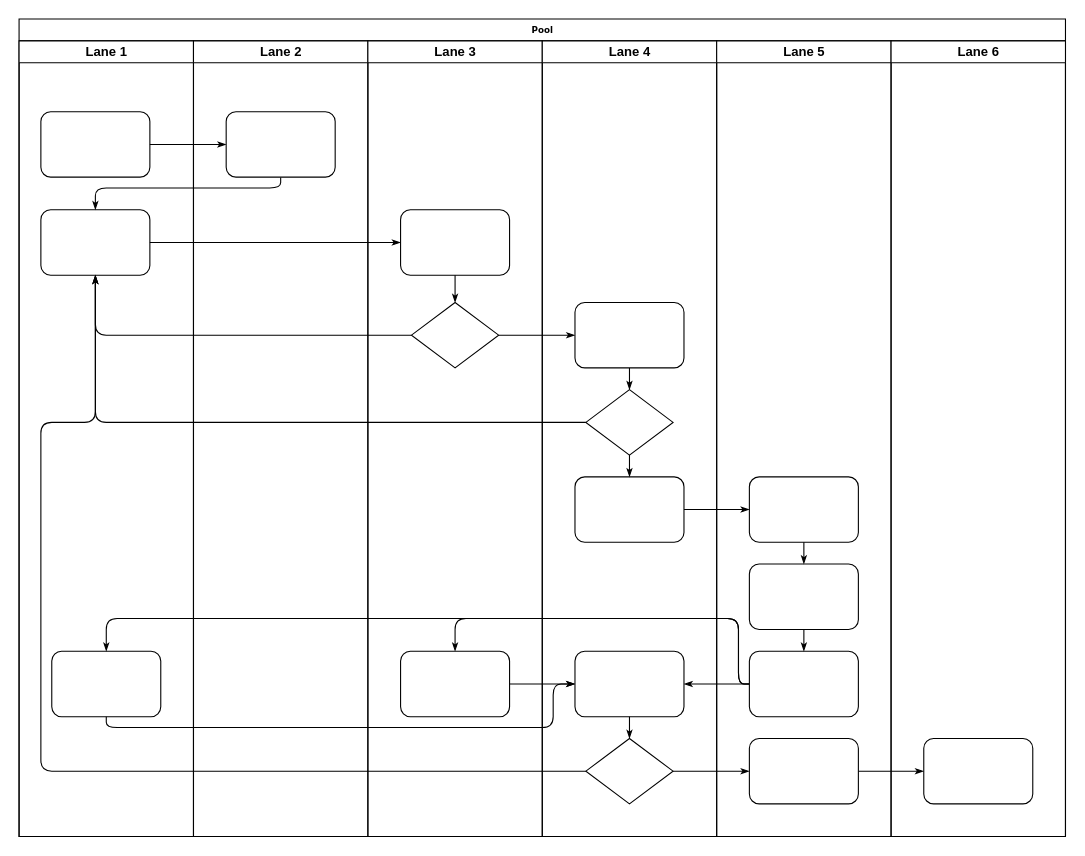
This is 指示提单全业务流程图.drawio from huangdamon/taobao_catch, a draw.io file, before an edit. Source tidied: cells renumbered, new cells numbered last; positions are measured from the earlier drawing's top-left corner, leaving out a move shared by most shapes. Both pictures are drawn from the tidied source at 109%, with x=0, y=0 at pixel (19, 19).
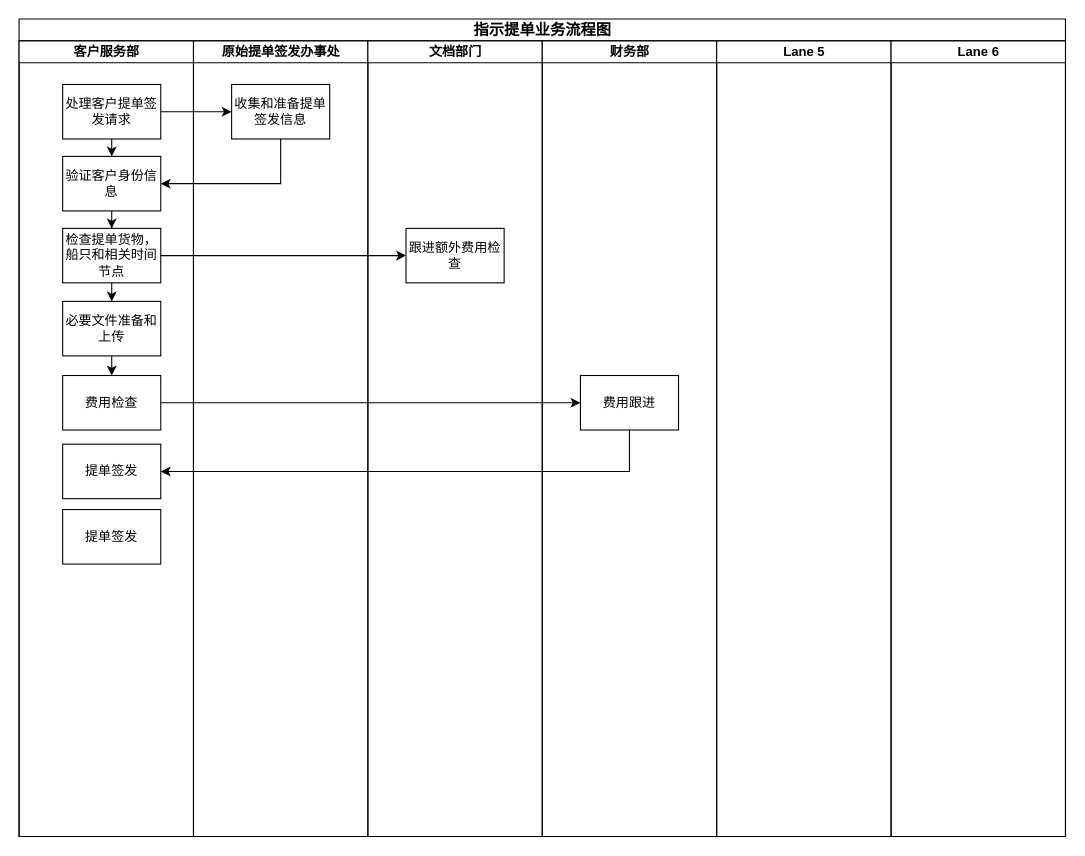
After the change.

Commit message:
Update 指示提单全业务流程图.drawio

The change refers to these unchanged cells:
```xml
<mxCell id="38" value="Lane 5" style="swimlane;html=1;startSize=20;" parent="2" vertex="1">
  <mxGeometry x="640" y="20" width="160" height="730" as="geometry" />
</mxCell>
<mxCell id="45" value="Lane 6" style="swimlane;html=1;startSize=20;" parent="2" vertex="1">
  <mxGeometry x="800" y="20" width="160" height="730" as="geometry" />
</mxCell>
```

Change to the diagram source:
```diff
@@
-    <mxCell id="2" value="Pool" style="swimlane;html=1;startSize=20;rounded=0;shadow=0;labelBackgroundColor=none;strokeWidth=1;fontFamily=Verdana;fontSize=8;align=center;" parent="1" vertex="1">
+    <mxCell id="2" value="&lt;font style=&quot;font-size: 14px;&quot;&gt;指示提单业务流程图&lt;/font&gt;" style="swimlane;html=1;startSize=20;rounded=0;shadow=0;labelBackgroundColor=none;strokeWidth=1;fontFamily=Verdana;fontSize=8;align=center;" parent="1" vertex="1">
       <mxGeometry width="960" height="750" as="geometry" />
     </mxCell>
-    <mxCell id="3" value="Lane 1" style="swimlane;html=1;startSize=20;" parent="2" vertex="1">
+    <mxCell id="3" value="客户服务部" style="swimlane;html=1;startSize=20;" parent="2" vertex="1">
       <mxGeometry y="20" width="160" height="730" as="geometry" />
     </mxCell>
-    <mxCell id="4" style="rounded=1;whiteSpace=wrap;html=1;shadow=0;labelBackgroundColor=none;strokeWidth=1;fontFamily=Verdana;fontSize=8;align=center;" parent="3" vertex="1">
-      <mxGeometry x="20" y="65" width="100" height="60" as="geometry" />
-    </mxCell>
-    <mxCell id="5" style="rounded=1;whiteSpace=wrap;html=1;shadow=0;labelBackgroundColor=none;strokeWidth=1;fontFamily=Verdana;fontSize=8;align=center;" parent="3" vertex="1">
-      <mxGeometry x="20" y="155" width="100" height="60" as="geometry" />
-    </mxCell>
-    <mxCell id="6" style="rounded=1;whiteSpace=wrap;html=1;shadow=0;labelBackgroundColor=none;strokeWidth=1;fontFamily=Verdana;fontSize=8;align=center;" parent="3" vertex="1">
-      <mxGeometry x="30" y="560" width="100" height="60" as="geometry" />
-    </mxCell>
-    <mxCell id="7" style="edgeStyle=orthogonalEdgeStyle;rounded=1;html=1;labelBackgroundColor=none;startArrow=none;startFill=0;startSize=5;endArrow=classicThin;endFill=1;endSize=5;jettySize=auto;strokeWidth=1;fontFamily=Verdana;fontSize=8;" parent="2" edge="1" source="4" target="23">
-      <mxGeometry relative="1" as="geometry" />
-    </mxCell>
-    <mxCell id="8" style="edgeStyle=orthogonalEdgeStyle;rounded=1;html=1;labelBackgroundColor=none;startArrow=none;startFill=0;startSize=5;endArrow=classicThin;endFill=1;endSize=5;jettySize=auto;strokeWidth=1;fontFamily=Verdana;fontSize=8;" parent="2" edge="1" source="23" target="5">
-      <mxGeometry relative="1" as="geometry">
-        <Array as="points">
-          <mxPoint x="240" y="155" />
-          <mxPoint x="70" y="155" />
-        </Array>
-      </mxGeometry>
-    </mxCell>
-    <mxCell id="9" style="edgeStyle=orthogonalEdgeStyle;rounded=1;html=1;labelBackgroundColor=none;startArrow=none;startFill=0;startSize=5;endArrow=classicThin;endFill=1;endSize=5;jettySize=auto;strokeWidth=1;fontFamily=Verdana;fontSize=8;" parent="2" edge="1" source="5" target="25">
-      <mxGeometry relative="1" as="geometry" />
-    </mxCell>
-    <mxCell id="10" style="edgeStyle=orthogonalEdgeStyle;rounded=1;html=1;labelBackgroundColor=none;startArrow=none;startFill=0;startSize=5;endArrow=classicThin;endFill=1;endSize=5;jettySize=auto;strokeWidth=1;fontFamily=Verdana;fontSize=8;" parent="2" edge="1" source="26" target="5">
-      <mxGeometry relative="1" as="geometry" />
-    </mxCell>
-    <mxCell id="11" style="edgeStyle=orthogonalEdgeStyle;rounded=1;html=1;labelBackgroundColor=none;startArrow=none;startFill=0;startSize=5;endArrow=classicThin;endFill=1;endSize=5;jettySize=auto;strokeWidth=1;fontFamily=Verdana;fontSize=8;" parent="2" edge="1" source="31" target="5">
-      <mxGeometry relative="1" as="geometry" />
-    </mxCell>
-    <mxCell id="12" style="edgeStyle=orthogonalEdgeStyle;rounded=1;html=1;labelBackgroundColor=none;startArrow=none;startFill=0;startSize=5;endArrow=classicThin;endFill=1;endSize=5;jettySize=auto;strokeWidth=1;fontFamily=Verdana;fontSize=8;" parent="2" edge="1" source="34" target="5">
-      <mxGeometry relative="1" as="geometry">
-        <Array as="points">
-          <mxPoint x="20" y="690" />
-          <mxPoint x="20" y="370" />
-          <mxPoint x="70" y="370" />
-        </Array>
-      </mxGeometry>
-    </mxCell>
-    <mxCell id="13" style="edgeStyle=orthogonalEdgeStyle;rounded=1;html=1;labelBackgroundColor=none;startArrow=none;startFill=0;startSize=5;endArrow=classicThin;endFill=1;endSize=5;jettySize=auto;strokeWidth=1;fontFamily=Verdana;fontSize=8;" parent="2" edge="1" source="26" target="30">
-      <mxGeometry relative="1" as="geometry" />
-    </mxCell>
-    <mxCell id="14" style="edgeStyle=orthogonalEdgeStyle;rounded=1;html=1;labelBackgroundColor=none;startArrow=none;startFill=0;startSize=5;endArrow=classicThin;endFill=1;endSize=5;jettySize=auto;strokeWidth=1;fontFamily=Verdana;fontSize=8;" parent="2" edge="1" source="34" target="42">
-      <mxGeometry relative="1" as="geometry" />
-    </mxCell>
-    <mxCell id="15" style="edgeStyle=orthogonalEdgeStyle;rounded=1;html=1;labelBackgroundColor=none;startArrow=none;startFill=0;startSize=5;endArrow=classicThin;endFill=1;endSize=5;jettySize=auto;strokeWidth=1;fontFamily=Verdana;fontSize=8;" parent="2" edge="1" source="42" target="46">
-      <mxGeometry relative="1" as="geometry" />
-    </mxCell>
-    <mxCell id="16" style="edgeStyle=orthogonalEdgeStyle;rounded=1;html=1;labelBackgroundColor=none;startArrow=none;startFill=0;startSize=5;endArrow=classicThin;endFill=1;endSize=5;jettySize=auto;strokeWidth=1;fontFamily=Verdana;fontSize=8;" parent="2" edge="1" source="32" target="39">
-      <mxGeometry relative="1" as="geometry" />
-    </mxCell>
-    <mxCell id="17" style="edgeStyle=orthogonalEdgeStyle;rounded=1;html=1;labelBackgroundColor=none;startArrow=none;startFill=0;startSize=5;endArrow=classicThin;endFill=1;endSize=5;jettySize=auto;strokeWidth=1;fontFamily=Verdana;fontSize=8;" parent="2" edge="1" source="41" target="27">
-      <mxGeometry relative="1" as="geometry">
-        <Array as="points">
-          <mxPoint x="660" y="610" />
-          <mxPoint x="660" y="550" />
-          <mxPoint x="400" y="550" />
-        </Array>
-      </mxGeometry>
-    </mxCell>
-    <mxCell id="18" style="edgeStyle=orthogonalEdgeStyle;rounded=1;html=1;labelBackgroundColor=none;startArrow=none;startFill=0;startSize=5;endArrow=classicThin;endFill=1;endSize=5;jettySize=auto;strokeColor=#000000;strokeWidth=1;fontFamily=Verdana;fontSize=8;fontColor=#000000;" parent="2" edge="1" source="41" target="33">
-      <mxGeometry relative="1" as="geometry" />
-    </mxCell>
-    <mxCell id="19" style="edgeStyle=orthogonalEdgeStyle;rounded=1;html=1;labelBackgroundColor=none;startArrow=none;startFill=0;startSize=5;endArrow=classicThin;endFill=1;endSize=5;jettySize=auto;strokeWidth=1;fontFamily=Verdana;fontSize=8;" parent="2" edge="1" source="41" target="6">
-      <mxGeometry relative="1" as="geometry">
-        <Array as="points">
-          <mxPoint x="660" y="610" />
-          <mxPoint x="660" y="550" />
-          <mxPoint x="80" y="550" />
-        </Array>
-      </mxGeometry>
-    </mxCell>
-    <mxCell id="20" style="edgeStyle=orthogonalEdgeStyle;rounded=1;html=1;labelBackgroundColor=none;startArrow=none;startFill=0;startSize=5;endArrow=classicThin;endFill=1;endSize=5;jettySize=auto;strokeWidth=1;fontFamily=Verdana;fontSize=8;" parent="2" edge="1" source="6" target="33">
-      <mxGeometry relative="1" as="geometry">
-        <Array as="points">
-          <mxPoint x="80" y="650" />
-          <mxPoint x="490" y="650" />
-          <mxPoint x="490" y="610" />
-        </Array>
-      </mxGeometry>
-    </mxCell>
-    <mxCell id="21" style="edgeStyle=orthogonalEdgeStyle;rounded=1;html=1;labelBackgroundColor=none;startArrow=none;startFill=0;startSize=5;endArrow=classicThin;endFill=1;endSize=5;jettySize=auto;strokeWidth=1;fontFamily=Verdana;fontSize=8;" parent="2" edge="1" source="27" target="33">
-      <mxGeometry relative="1" as="geometry" />
-    </mxCell>
+    <mxCell id="47" style="edgeStyle=orthogonalEdgeStyle;rounded=0;jettySize=auto;html=1;exitX=0.5;exitY=1;exitDx=0;exitDy=0;entryX=0.5;entryY=0;entryDx=0;entryDy=0;" parent="3" edge="1" source="48" target="50">
+      <mxGeometry relative="1" as="geometry" />
+    </mxCell>
+    <mxCell id="48" value="处理客户提单签发请求" style="rounded=0;whiteSpace=wrap;html=1;" parent="3" vertex="1">
+      <mxGeometry x="40" y="40" width="90" height="50" as="geometry" />
+    </mxCell>
+    <mxCell id="49" style="edgeStyle=orthogonalEdgeStyle;rounded=0;jettySize=auto;html=1;exitX=0.5;exitY=1;exitDx=0;exitDy=0;" parent="3" edge="1" source="50" target="52">
+      <mxGeometry relative="1" as="geometry" />
+    </mxCell>
+    <mxCell id="50" value="验证客户身份信息" style="rounded=0;whiteSpace=wrap;html=1;" parent="3" vertex="1">
+      <mxGeometry x="40" y="106" width="90" height="50" as="geometry" />
+    </mxCell>
+    <mxCell id="51" style="edgeStyle=orthogonalEdgeStyle;rounded=0;jettySize=auto;html=1;exitX=0.5;exitY=1;exitDx=0;exitDy=0;entryX=0.5;entryY=0;entryDx=0;entryDy=0;" parent="3" edge="1" source="52" target="54">
+      <mxGeometry relative="1" as="geometry" />
+    </mxCell>
+    <mxCell id="52" value="检查提单货物，船只和相关时间节点" style="rounded=0;whiteSpace=wrap;html=1;" parent="3" vertex="1">
+      <mxGeometry x="40" y="172" width="90" height="50" as="geometry" />
+    </mxCell>
+    <mxCell id="53" style="edgeStyle=orthogonalEdgeStyle;rounded=0;jettySize=auto;html=1;exitX=0.5;exitY=1;exitDx=0;exitDy=0;entryX=0.5;entryY=0;entryDx=0;entryDy=0;" parent="3" edge="1" source="54" target="55">
+      <mxGeometry relative="1" as="geometry" />
+    </mxCell>
+    <mxCell id="54" value="必要文件准备和上传" style="rounded=0;whiteSpace=wrap;html=1;" parent="3" vertex="1">
+      <mxGeometry x="40" y="239" width="90" height="50" as="geometry" />
+    </mxCell>
+    <mxCell id="55" value="费用检查" style="rounded=0;whiteSpace=wrap;html=1;" parent="3" vertex="1">
+      <mxGeometry x="40" y="307" width="90" height="50" as="geometry" />
+    </mxCell>
+    <mxCell id="56" value="提单签发" style="rounded=0;whiteSpace=wrap;html=1;" parent="3" vertex="1">
+      <mxGeometry x="40" y="370" width="90" height="50" as="geometry" />
+    </mxCell>
+    <mxCell id="57" value="提单签发" style="rounded=0;whiteSpace=wrap;html=1;" parent="3" vertex="1">
+      <mxGeometry x="40" y="430" width="90" height="50" as="geometry" />
+    </mxCell>
-    <mxCell id="22" value="Lane 2" style="swimlane;html=1;startSize=20;" parent="2" vertex="1">
+    <mxCell id="22" value="原始提单签发办事处" style="swimlane;html=1;startSize=20;" parent="2" vertex="1">
       <mxGeometry x="160" y="20" width="160" height="730" as="geometry" />
     </mxCell>
-    <mxCell id="23" style="rounded=1;whiteSpace=wrap;html=1;shadow=0;labelBackgroundColor=none;strokeWidth=1;fontFamily=Verdana;fontSize=8;align=center;" parent="22" vertex="1">
-      <mxGeometry x="30" y="65" width="100" height="60" as="geometry" />
-    </mxCell>
+    <mxCell id="58" value="收集和准备提单签发信息" style="rounded=0;whiteSpace=wrap;html=1;" parent="22" vertex="1">
+      <mxGeometry x="35" y="40" width="90" height="50" as="geometry" />
+    </mxCell>
-    <mxCell id="24" value="Lane 3" style="swimlane;html=1;startSize=20;" parent="2" vertex="1">
+    <mxCell id="24" value="文档部门" style="swimlane;html=1;startSize=20;" parent="2" vertex="1">
       <mxGeometry x="320" y="20" width="160" height="730" as="geometry" />
     </mxCell>
-    <mxCell id="25" style="rounded=1;whiteSpace=wrap;html=1;shadow=0;labelBackgroundColor=none;strokeWidth=1;fontFamily=Verdana;fontSize=8;align=center;" parent="24" vertex="1">
-      <mxGeometry x="30" y="155" width="100" height="60" as="geometry" />
-    </mxCell>
-    <mxCell id="26" style="rhombus;whiteSpace=wrap;html=1;rounded=0;shadow=0;labelBackgroundColor=none;strokeWidth=1;fontFamily=Verdana;fontSize=8;align=center;" parent="24" vertex="1">
-      <mxGeometry x="40" y="240" width="80" height="60" as="geometry" />
-    </mxCell>
-    <mxCell id="27" style="rounded=1;whiteSpace=wrap;html=1;shadow=0;labelBackgroundColor=none;strokeWidth=1;fontFamily=Verdana;fontSize=8;align=center;" parent="24" vertex="1">
-      <mxGeometry x="30" y="560" width="100" height="60" as="geometry" />
-    </mxCell>
-    <mxCell id="28" style="edgeStyle=orthogonalEdgeStyle;rounded=1;html=1;labelBackgroundColor=none;startArrow=none;startFill=0;startSize=5;endArrow=classicThin;endFill=1;endSize=5;jettySize=auto;strokeWidth=1;fontFamily=Verdana;fontSize=8;" parent="24" edge="1" source="25" target="26">
-      <mxGeometry relative="1" as="geometry" />
-    </mxCell>
+    <mxCell id="59" value="跟进额外费用检查" style="rounded=0;whiteSpace=wrap;html=1;" parent="24" vertex="1">
+      <mxGeometry x="35" y="172" width="90" height="50" as="geometry" />
+    </mxCell>
-    <mxCell id="29" value="Lane 4" style="swimlane;html=1;startSize=20;" parent="2" vertex="1">
+    <mxCell id="29" value="财务部" style="swimlane;html=1;startSize=20;" parent="2" vertex="1">
       <mxGeometry x="480" y="20" width="160" height="730" as="geometry" />
     </mxCell>
-    <mxCell id="30" style="rounded=1;whiteSpace=wrap;html=1;shadow=0;labelBackgroundColor=none;strokeWidth=1;fontFamily=Verdana;fontSize=8;align=center;" parent="29" vertex="1">
-      <mxGeometry x="30" y="240" width="100" height="60" as="geometry" />
-    </mxCell>
-    <mxCell id="31" style="rhombus;whiteSpace=wrap;html=1;rounded=0;shadow=0;labelBackgroundColor=none;strokeWidth=1;fontFamily=Verdana;fontSize=8;align=center;" parent="29" vertex="1">
-      <mxGeometry x="40" y="320" width="80" height="60" as="geometry" />
-    </mxCell>
-    <mxCell id="32" style="rounded=1;whiteSpace=wrap;html=1;shadow=0;labelBackgroundColor=none;strokeWidth=1;fontFamily=Verdana;fontSize=8;align=center;" parent="29" vertex="1">
-      <mxGeometry x="30" y="400" width="100" height="60" as="geometry" />
-    </mxCell>
-    <mxCell id="33" style="rounded=1;whiteSpace=wrap;html=1;shadow=0;labelBackgroundColor=none;strokeWidth=1;fontFamily=Verdana;fontSize=8;align=center;" parent="29" vertex="1">
-      <mxGeometry x="30" y="560" width="100" height="60" as="geometry" />
-    </mxCell>
-    <mxCell id="34" style="rhombus;whiteSpace=wrap;html=1;rounded=0;shadow=0;labelBackgroundColor=none;strokeWidth=1;fontFamily=Verdana;fontSize=8;align=center;" parent="29" vertex="1">
-      <mxGeometry x="40" y="640" width="80" height="60" as="geometry" />
-    </mxCell>
-    <mxCell id="35" style="edgeStyle=orthogonalEdgeStyle;rounded=1;html=1;labelBackgroundColor=none;startArrow=none;startFill=0;startSize=5;endArrow=classicThin;endFill=1;endSize=5;jettySize=auto;strokeColor=#000000;strokeWidth=1;fontFamily=Verdana;fontSize=8;fontColor=#000000;" parent="29" edge="1" source="30" target="31">
-      <mxGeometry relative="1" as="geometry" />
-    </mxCell>
-    <mxCell id="36" style="edgeStyle=orthogonalEdgeStyle;rounded=1;html=1;labelBackgroundColor=none;startArrow=none;startFill=0;startSize=5;endArrow=classicThin;endFill=1;endSize=5;jettySize=auto;strokeWidth=1;fontFamily=Verdana;fontSize=8;" parent="29" edge="1" source="31" target="32">
-      <mxGeometry relative="1" as="geometry" />
-    </mxCell>
-    <mxCell id="37" style="edgeStyle=orthogonalEdgeStyle;rounded=1;html=1;labelBackgroundColor=none;startArrow=none;startFill=0;startSize=5;endArrow=classicThin;endFill=1;endSize=5;jettySize=auto;strokeWidth=1;fontFamily=Verdana;fontSize=8;" parent="29" edge="1" source="33" target="34">
-      <mxGeometry relative="1" as="geometry" />
-    </mxCell>
+    <mxCell id="60" value="费用跟进" style="rounded=0;whiteSpace=wrap;html=1;" parent="29" vertex="1">
+      <mxGeometry x="35" y="307" width="90" height="50" as="geometry" />
+    </mxCell>
@@
-    <mxCell id="39" style="rounded=1;whiteSpace=wrap;html=1;shadow=0;labelBackgroundColor=none;strokeWidth=1;fontFamily=Verdana;fontSize=8;align=center;" parent="38" vertex="1">
-      <mxGeometry x="30" y="400" width="100" height="60" as="geometry" />
-    </mxCell>
-    <mxCell id="40" style="rounded=1;whiteSpace=wrap;html=1;shadow=0;labelBackgroundColor=none;strokeWidth=1;fontFamily=Verdana;fontSize=8;align=center;" parent="38" vertex="1">
-      <mxGeometry x="30" y="480" width="100" height="60" as="geometry" />
-    </mxCell>
-    <mxCell id="41" style="rounded=1;whiteSpace=wrap;html=1;shadow=0;labelBackgroundColor=none;strokeWidth=1;fontFamily=Verdana;fontSize=8;align=center;" parent="38" vertex="1">
-      <mxGeometry x="30" y="560" width="100" height="60" as="geometry" />
-    </mxCell>
-    <mxCell id="42" style="rounded=1;whiteSpace=wrap;html=1;shadow=0;labelBackgroundColor=none;strokeWidth=1;fontFamily=Verdana;fontSize=8;align=center;" parent="38" vertex="1">
-      <mxGeometry x="30" y="640" width="100" height="60" as="geometry" />
-    </mxCell>
-    <mxCell id="43" style="edgeStyle=orthogonalEdgeStyle;rounded=1;html=1;labelBackgroundColor=none;startArrow=none;startFill=0;startSize=5;endArrow=classicThin;endFill=1;endSize=5;jettySize=auto;strokeWidth=1;fontFamily=Verdana;fontSize=8;" parent="38" edge="1" source="39" target="40">
-      <mxGeometry relative="1" as="geometry" />
-    </mxCell>
-    <mxCell id="44" style="edgeStyle=orthogonalEdgeStyle;rounded=1;html=1;labelBackgroundColor=none;startArrow=none;startFill=0;startSize=5;endArrow=classicThin;endFill=1;endSize=5;jettySize=auto;strokeWidth=1;fontFamily=Verdana;fontSize=8;" parent="38" edge="1" source="40" target="41">
-      <mxGeometry relative="1" as="geometry" />
-    </mxCell>
@@
-    <mxCell id="46" style="rounded=1;whiteSpace=wrap;html=1;shadow=0;labelBackgroundColor=none;strokeWidth=1;fontFamily=Verdana;fontSize=8;align=center;" parent="45" vertex="1">
-      <mxGeometry x="30" y="640" width="100" height="60" as="geometry" />
-    </mxCell>
+    <mxCell id="61" style="edgeStyle=orthogonalEdgeStyle;rounded=0;jettySize=auto;html=1;exitX=1;exitY=0.5;exitDx=0;exitDy=0;entryX=0;entryY=0.5;entryDx=0;entryDy=0;" parent="2" edge="1" source="48" target="58">
+      <mxGeometry relative="1" as="geometry" />
+    </mxCell>
+    <mxCell id="62" style="edgeStyle=orthogonalEdgeStyle;rounded=0;jettySize=auto;html=1;exitX=0.5;exitY=1;exitDx=0;exitDy=0;entryX=1;entryY=0.5;entryDx=0;entryDy=0;" parent="2" edge="1" source="58" target="50">
+      <mxGeometry relative="1" as="geometry" />
+    </mxCell>
+    <mxCell id="63" style="edgeStyle=orthogonalEdgeStyle;rounded=0;jettySize=auto;html=1;exitX=1;exitY=0.5;exitDx=0;exitDy=0;entryX=0;entryY=0.5;entryDx=0;entryDy=0;" parent="2" edge="1" source="52" target="59">
+      <mxGeometry relative="1" as="geometry" />
+    </mxCell>
+    <mxCell id="64" style="edgeStyle=orthogonalEdgeStyle;rounded=0;jettySize=auto;html=1;exitX=1;exitY=0.5;exitDx=0;exitDy=0;entryX=0;entryY=0.5;entryDx=0;entryDy=0;" parent="2" edge="1" source="55" target="60">
+      <mxGeometry relative="1" as="geometry" />
+    </mxCell>
+    <mxCell id="65" style="edgeStyle=orthogonalEdgeStyle;rounded=0;jettySize=auto;html=1;exitX=0.5;exitY=1;exitDx=0;exitDy=0;entryX=1;entryY=0.5;entryDx=0;entryDy=0;" parent="2" edge="1" source="60" target="56">
+      <mxGeometry relative="1" as="geometry" />
+    </mxCell>
```
